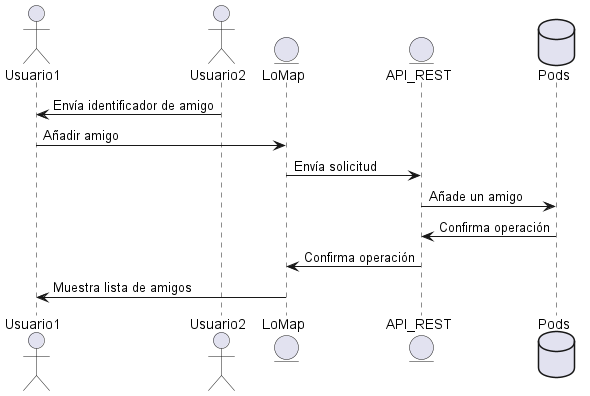
Above: images/Sequence diagram8.png in Arquisoft/lomap_es3c (PlantUML), before the change.
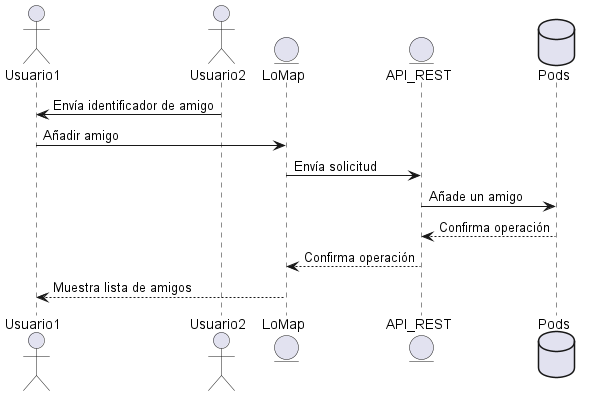
Later version of the same file.

Diff of the diagram source:
```diff
@@ -8,7 +8,7 @@
 LoMap-> API_REST: Envía solicitud
 database Pod as "Pods"
 API_REST-> Pod: Añade un amigo
-Pod-> API_REST: Confirma operación
-API_REST-> LoMap: Confirma operación
-LoMap-> Usuario1: Muestra lista de amigos
+Pod--> API_REST: Confirma operación
+API_REST--> LoMap: Confirma operación
+LoMap--> Usuario1: Muestra lista de amigos
 @enduml
```
